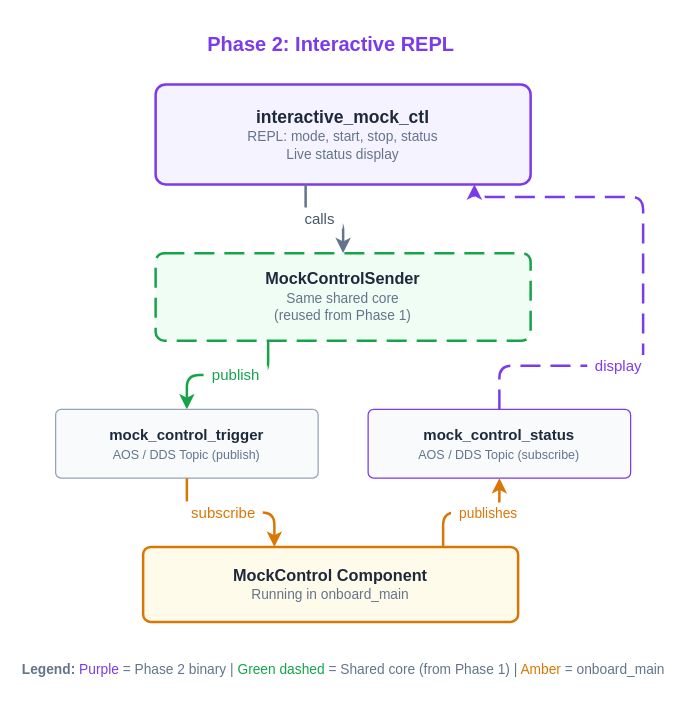
Above: mock-control-cli/phase2.drawio in terry-zhangty/design-docs (draw.io), before the change. Source tidied: cells renumbered, new cells numbered last; positions are measured from the earlier drawing's top-left corner, leaving out a move shared by most shapes. Both pictures are drawn from the tidied source at 125%, with x=0, y=0 at pixel (42, 21).
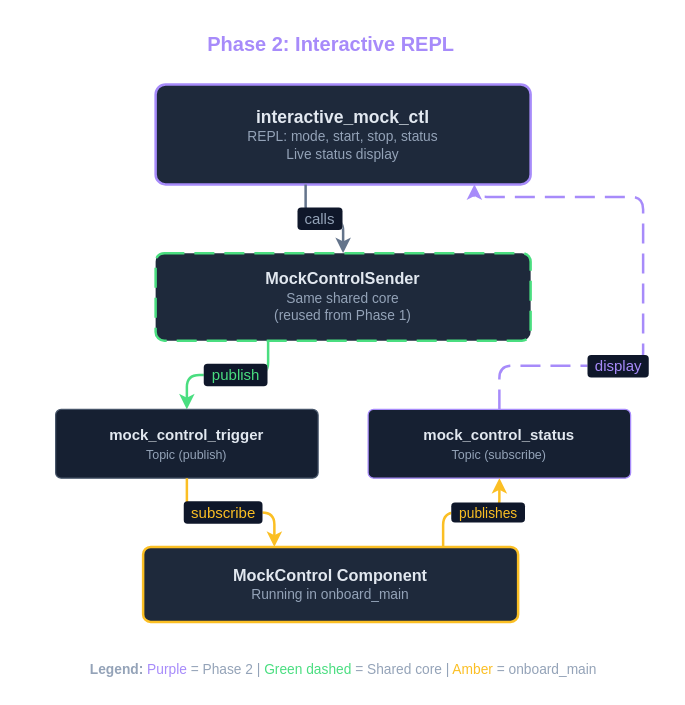
The same page after the edit.

Commit message (it also covers changes not shown here):
Revert to dark theme for page and diagrams

The change refers to these unchanged cells:
```xml
<mxCell id="4" style="edgeStyle=orthogonalEdgeStyle;rounded=1;html=1;strokeColor=#64748b;strokeWidth=2;exitX=0.4;exitY=1;entryX=0.5;entryY=0;endArrow=classic;endFill=1;" parent="1" edge="1" source="3" target="6">
  <mxGeometry relative="1" as="geometry" />
</mxCell>
```

Change to the diagram source:
```diff
@@
-    <mxCell id="2" value="&lt;b style=&quot;font-size:16px&quot;&gt;Phase 2: Interactive REPL&lt;/b&gt;" style="text;html=1;strokeColor=none;fillColor=none;align=center;verticalAlign=middle;fontColor=#7c3aed;" parent="1" vertex="1">
+    <mxCell id="2" value="&lt;b style=&quot;font-size:16px&quot;&gt;Phase 2: Interactive REPL&lt;/b&gt;" style="text;html=1;strokeColor=none;fillColor=none;align=center;verticalAlign=middle;fontColor=#a78bfa;" parent="1" vertex="1">
       <mxGeometry x="40" width="380" height="35" as="geometry" />
     </mxCell>
-    <mxCell id="3" value="&lt;b style=&quot;font-size:14px&quot;&gt;interactive_mock_ctl&lt;/b&gt;&lt;br&gt;&lt;span style=&quot;font-size:11px;color:#64748b&quot;&gt;REPL: mode, start, stop, status&lt;br&gt;Live status display&lt;/span&gt;" style="rounded=1;whiteSpace=wrap;html=1;fillColor=#f5f3ff;strokeColor=#7c3aed;strokeWidth=2;fontColor=#1e293b;arcSize=10;" parent="1" vertex="1">
+    <mxCell id="3" value="&lt;b style=&quot;font-size:14px&quot;&gt;interactive_mock_ctl&lt;/b&gt;&lt;br&gt;&lt;span style=&quot;font-size:11px;color:#94a3b8&quot;&gt;REPL: mode, start, stop, status&lt;br&gt;Live status display&lt;/span&gt;" style="rounded=1;whiteSpace=wrap;html=1;fillColor=#1e293b;strokeColor=#a78bfa;strokeWidth=2;fontColor=#e2e8f0;arcSize=10;" parent="1" vertex="1">
       <mxGeometry x="90" y="50" width="300" height="80" as="geometry" />
     </mxCell>
@@
-    <mxCell id="5" value="&lt;span style=&quot;font-size:12px;color:#475569;background:#ffffff;padding:2px 6px;border-radius:3px&quot;&gt;calls&lt;/span&gt;" style="edgeLabel;html=1;align=center;verticalAlign=middle;" parent="4" vertex="1">
+    <mxCell id="5" value="&lt;span style=&quot;font-size:12px;color:#94a3b8;background:#0f172a;padding:2px 6px;border-radius:3px&quot;&gt;calls&lt;/span&gt;" style="edgeLabel;html=1;align=center;verticalAlign=middle;" parent="4" vertex="1">
       <mxGeometry x="-0.1" relative="1" as="geometry" />
     </mxCell>
-    <mxCell id="6" value="&lt;b style=&quot;font-size:13px&quot;&gt;MockControlSender&lt;/b&gt;&lt;br&gt;&lt;span style=&quot;font-size:11px;color:#64748b&quot;&gt;Same shared core&lt;br&gt;(reused from Phase 1)&lt;/span&gt;" style="rounded=1;whiteSpace=wrap;html=1;fillColor=#f0fdf4;strokeColor=#16a34a;strokeWidth=2;fontColor=#1e293b;arcSize=10;dashed=1;dashPattern=8 4;" parent="1" vertex="1">
+    <mxCell id="6" value="&lt;b style=&quot;font-size:13px&quot;&gt;MockControlSender&lt;/b&gt;&lt;br&gt;&lt;span style=&quot;font-size:11px;color:#94a3b8&quot;&gt;Same shared core&lt;br&gt;(reused from Phase 1)&lt;/span&gt;" style="rounded=1;whiteSpace=wrap;html=1;fillColor=#1e293b;strokeColor=#4ade80;strokeWidth=2;fontColor=#e2e8f0;arcSize=10;dashed=1;dashPattern=8 4;" parent="1" vertex="1">
       <mxGeometry x="90" y="185" width="300" height="70" as="geometry" />
     </mxCell>
-    <mxCell id="7" style="edgeStyle=orthogonalEdgeStyle;rounded=1;html=1;strokeColor=#16a34a;strokeWidth=2;exitX=0.3;exitY=1;entryX=0.5;entryY=0;endArrow=classic;endFill=1;" parent="1" edge="1" source="6" target="9">
+    <mxCell id="7" style="edgeStyle=orthogonalEdgeStyle;rounded=1;html=1;strokeColor=#4ade80;strokeWidth=2;exitX=0.3;exitY=1;entryX=0.5;entryY=0;endArrow=classic;endFill=1;" parent="1" edge="1" source="6" target="9">
       <mxGeometry relative="1" as="geometry" />
     </mxCell>
-    <mxCell id="8" value="&lt;span style=&quot;font-size:12px;color:#16a34a;background:#ffffff;padding:2px 6px;border-radius:3px&quot;&gt;publish&lt;/span&gt;" style="edgeLabel;html=1;align=center;verticalAlign=middle;" parent="7" vertex="1">
+    <mxCell id="8" value="&lt;span style=&quot;font-size:12px;color:#4ade80;background:#0f172a;padding:2px 6px;border-radius:3px&quot;&gt;publish&lt;/span&gt;" style="edgeLabel;html=1;align=center;verticalAlign=middle;" parent="7" vertex="1">
       <mxGeometry x="-0.1" relative="1" as="geometry" />
     </mxCell>
-    <mxCell id="9" value="&lt;b style=&quot;font-size:12px&quot;&gt;mock_control_trigger&lt;/b&gt;&lt;br&gt;&lt;span style=&quot;font-size:10px;color:#64748b&quot;&gt;AOS / DDS Topic (publish)&lt;/span&gt;" style="rounded=1;whiteSpace=wrap;html=1;fillColor=#f8fafc;strokeColor=#94a3b8;strokeWidth=1;fontColor=#1e293b;arcSize=8;" parent="1" vertex="1">
+    <mxCell id="9" value="&lt;b style=&quot;font-size:12px&quot;&gt;mock_control_trigger&lt;/b&gt;&lt;br&gt;&lt;span style=&quot;font-size:10px;color:#94a3b8&quot;&gt;Topic (publish)&lt;/span&gt;" style="rounded=1;whiteSpace=wrap;html=1;fillColor=#162032;strokeColor=#475569;strokeWidth=1;fontColor=#e2e8f0;arcSize=8;" parent="1" vertex="1">
       <mxGeometry x="10" y="310" width="210" height="55" as="geometry" />
     </mxCell>
-    <mxCell id="10" value="&lt;b style=&quot;font-size:12px&quot;&gt;mock_control_status&lt;/b&gt;&lt;br&gt;&lt;span style=&quot;font-size:10px;color:#64748b&quot;&gt;AOS / DDS Topic (subscribe)&lt;/span&gt;" style="rounded=1;whiteSpace=wrap;html=1;fillColor=#f8fafc;strokeColor=#7c3aed;strokeWidth=1;fontColor=#1e293b;arcSize=8;" parent="1" vertex="1">
+    <mxCell id="10" value="&lt;b style=&quot;font-size:12px&quot;&gt;mock_control_status&lt;/b&gt;&lt;br&gt;&lt;span style=&quot;font-size:10px;color:#94a3b8&quot;&gt;Topic (subscribe)&lt;/span&gt;" style="rounded=1;whiteSpace=wrap;html=1;fillColor=#162032;strokeColor=#a78bfa;strokeWidth=1;fontColor=#e2e8f0;arcSize=8;" parent="1" vertex="1">
       <mxGeometry x="260" y="310" width="210" height="55" as="geometry" />
     </mxCell>
-    <mxCell id="11" style="edgeStyle=orthogonalEdgeStyle;rounded=1;html=1;strokeColor=#d97706;strokeWidth=2;exitX=0.5;exitY=1;entryX=0.35;entryY=0;endArrow=classic;endFill=1;" parent="1" edge="1" source="9" target="13">
+    <mxCell id="11" style="edgeStyle=orthogonalEdgeStyle;rounded=1;html=1;strokeColor=#fbbf24;strokeWidth=2;exitX=0.5;exitY=1;entryX=0.35;entryY=0;endArrow=classic;endFill=1;" parent="1" edge="1" source="9" target="13">
       <mxGeometry relative="1" as="geometry" />
     </mxCell>
-    <mxCell id="12" value="&lt;span style=&quot;font-size:12px;color:#d97706;background:#ffffff;padding:2px 6px;border-radius:3px&quot;&gt;subscribe&lt;/span&gt;" style="edgeLabel;html=1;align=center;verticalAlign=middle;" parent="11" vertex="1">
+    <mxCell id="12" value="&lt;span style=&quot;font-size:12px;color:#fbbf24;background:#0f172a;padding:2px 6px;border-radius:3px&quot;&gt;subscribe&lt;/span&gt;" style="edgeLabel;html=1;align=center;verticalAlign=middle;" parent="11" vertex="1">
       <mxGeometry x="-0.1" relative="1" as="geometry" />
     </mxCell>
-    <mxCell id="13" value="&lt;b style=&quot;font-size:13px&quot;&gt;MockControl Component&lt;/b&gt;&lt;br&gt;&lt;span style=&quot;font-size:11px;color:#64748b&quot;&gt;Running in onboard_main&lt;/span&gt;" style="rounded=1;whiteSpace=wrap;html=1;fillColor=#fffbeb;strokeColor=#d97706;strokeWidth=2;fontColor=#1e293b;arcSize=10;" parent="1" vertex="1">
+    <mxCell id="13" value="&lt;b style=&quot;font-size:13px&quot;&gt;MockControl Component&lt;/b&gt;&lt;br&gt;&lt;span style=&quot;font-size:11px;color:#94a3b8&quot;&gt;Running in onboard_main&lt;/span&gt;" style="rounded=1;whiteSpace=wrap;html=1;fillColor=#1e293b;strokeColor=#fbbf24;strokeWidth=2;fontColor=#e2e8f0;arcSize=10;" parent="1" vertex="1">
       <mxGeometry x="80" y="420" width="300" height="60" as="geometry" />
     </mxCell>
-    <mxCell id="14" style="edgeStyle=orthogonalEdgeStyle;rounded=1;html=1;strokeColor=#d97706;strokeWidth=2;exitX=0.8;exitY=0;entryX=0.5;entryY=1;endArrow=classic;endFill=1;" parent="1" edge="1" source="13" target="10">
+    <mxCell id="14" style="edgeStyle=orthogonalEdgeStyle;rounded=1;html=1;strokeColor=#fbbf24;strokeWidth=2;exitX=0.8;exitY=0;entryX=0.5;entryY=1;endArrow=classic;endFill=1;" parent="1" edge="1" source="13" target="10">
       <mxGeometry relative="1" as="geometry" />
     </mxCell>
-    <mxCell id="15" value="&lt;span style=&quot;font-size:11px;color:#d97706;background:#ffffff;padding:2px 6px;border-radius:3px&quot;&gt;publishes&lt;/span&gt;" style="edgeLabel;html=1;align=center;verticalAlign=middle;" parent="14" vertex="1">
+    <mxCell id="15" value="&lt;span style=&quot;font-size:11px;color:#fbbf24;background:#0f172a;padding:2px 6px;border-radius:3px&quot;&gt;publishes&lt;/span&gt;" style="edgeLabel;html=1;align=center;verticalAlign=middle;" parent="14" vertex="1">
       <mxGeometry x="0.25" relative="1" as="geometry" />
     </mxCell>
-    <mxCell id="16" style="edgeStyle=orthogonalEdgeStyle;rounded=1;html=1;strokeColor=#7c3aed;strokeWidth=2;exitX=0.5;exitY=0;entryX=0.85;entryY=1;endArrow=classic;endFill=1;dashed=1;dashPattern=8 4;" parent="1" edge="1" source="10" target="3">
+    <mxCell id="16" style="edgeStyle=orthogonalEdgeStyle;rounded=1;html=1;strokeColor=#a78bfa;strokeWidth=2;exitX=0.5;exitY=0;entryX=0.85;entryY=1;endArrow=classic;endFill=1;dashed=1;dashPattern=8 4;" parent="1" edge="1" source="10" target="3">
       <mxGeometry relative="1" as="geometry">
         <Array as="points">
           <mxPoint x="365" y="275" />
           <mxPoint x="480" y="275" />
           <mxPoint x="480" y="140" />
           <mxPoint x="345" y="140" />
         </Array>
       </mxGeometry>
     </mxCell>
-    <mxCell id="17" value="&lt;span style=&quot;font-size:12px;color:#7c3aed;background:#ffffff;padding:2px 6px;border-radius:3px&quot;&gt;display&lt;/span&gt;" style="edgeLabel;html=1;align=center;verticalAlign=middle;" parent="16" vertex="1">
+    <mxCell id="17" value="&lt;span style=&quot;font-size:12px;color:#a78bfa;background:#0f172a;padding:2px 6px;border-radius:3px&quot;&gt;display&lt;/span&gt;" style="edgeLabel;html=1;align=center;verticalAlign=middle;" parent="16" vertex="1">
       <mxGeometry x="-0.4" relative="1" as="geometry" />
     </mxCell>
-    <mxCell id="18" value="&lt;span style=&quot;font-size:11px;color:#64748b&quot;&gt;&lt;b&gt;Legend:&lt;/b&gt;  &lt;span style=&quot;color:#7c3aed&quot;&gt;Purple&lt;/span&gt; = Phase 2 binary  |  &lt;span style=&quot;color:#16a34a&quot;&gt;Green dashed&lt;/span&gt; = Shared core (from Phase 1)  |  &lt;span style=&quot;color:#d97706&quot;&gt;Amber&lt;/span&gt; = onboard_main&lt;/span&gt;" style="text;html=1;strokeColor=none;fillColor=none;align=center;verticalAlign=middle;" parent="1" vertex="1">
+    <mxCell id="18" value="&lt;span style=&quot;font-size:11px;color:#94a3b8&quot;&gt;&lt;b&gt;Legend:&lt;/b&gt;  &lt;span style=&quot;color:#a78bfa&quot;&gt;Purple&lt;/span&gt; = Phase 2  |  &lt;span style=&quot;color:#4ade80&quot;&gt;Green dashed&lt;/span&gt; = Shared core  |  &lt;span style=&quot;color:#fbbf24&quot;&gt;Amber&lt;/span&gt; = onboard_main&lt;/span&gt;" style="text;html=1;strokeColor=none;fillColor=none;align=center;verticalAlign=middle;" parent="1" vertex="1">
       <mxGeometry y="505" width="480" height="25" as="geometry" />
     </mxCell>
```
